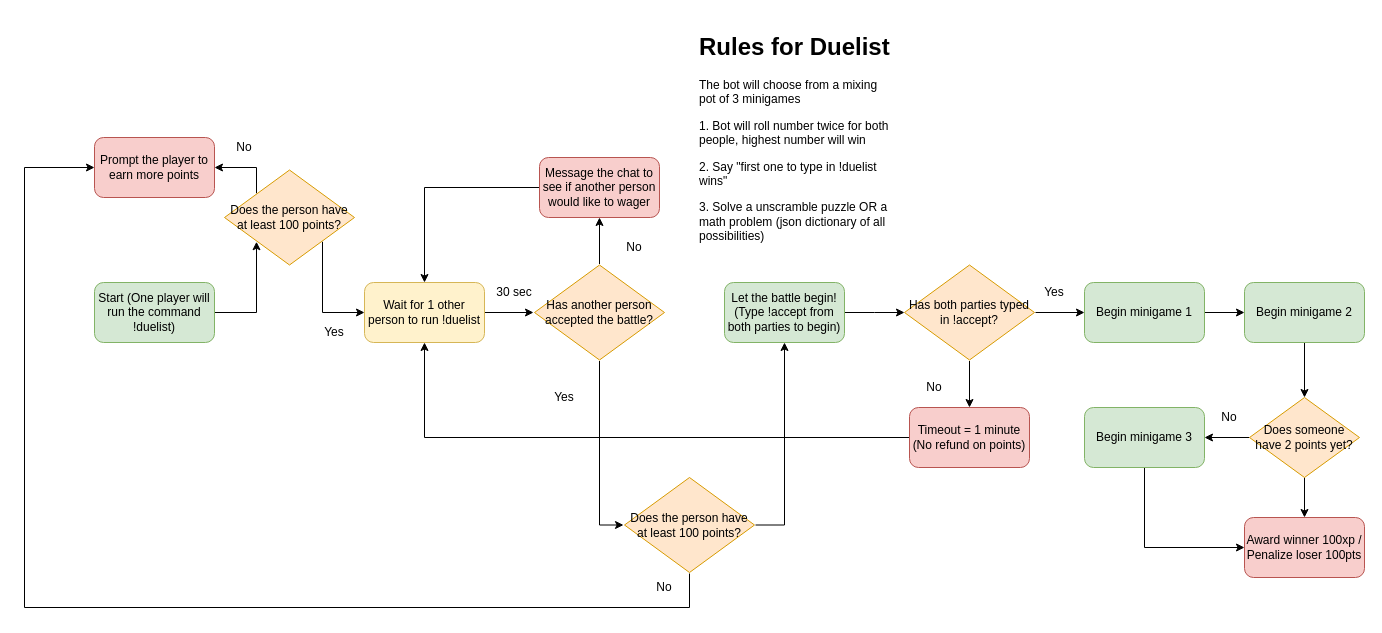
Before: DuelistRules.drawio in chrisclai/CracknCheese-TwitchBot-loklokfafa, a draw.io diagram. Source tidied: cells renumbered, new cells numbered last; positions are measured from the earlier drawing's top-left corner, leaving out a move shared by most shapes. Both pictures are drawn from the tidied source at 100%, with x=0, y=0 at pixel (24, 27).
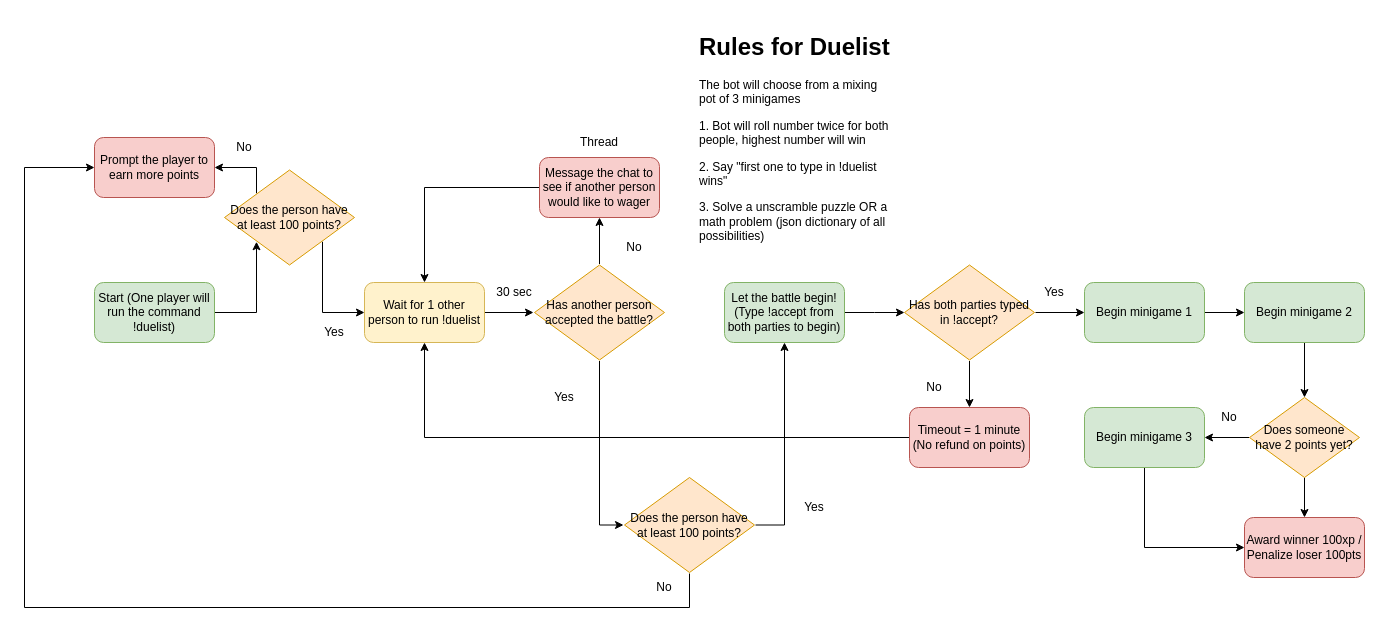
After the change.

Commit message (it also covers changes not shown here):
⚔️More development (!duelist and !accept) [Day 14]

What changed in the source:
```diff
@@
+    <mxCell id="45" value="Thread" style="text;html=1;strokeColor=none;fillColor=none;align=center;verticalAlign=middle;whiteSpace=wrap;rounded=0;" parent="1" vertex="1">
+      <mxGeometry x="555" y="105" width="40" height="20" as="geometry" />
+    </mxCell>
+    <mxCell id="46" value="Yes" style="text;html=1;strokeColor=none;fillColor=none;align=center;verticalAlign=middle;whiteSpace=wrap;rounded=0;" parent="1" vertex="1">
+      <mxGeometry x="770" y="470" width="40" height="20" as="geometry" />
+    </mxCell>
```
